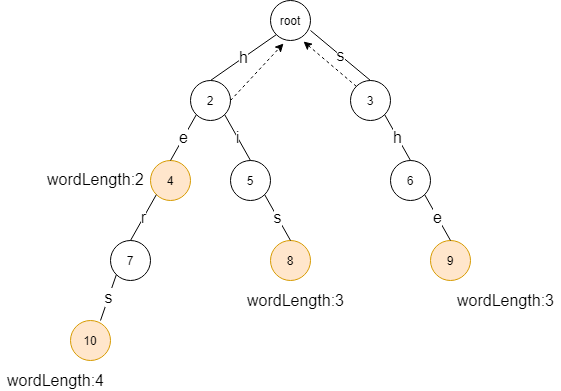
Earlier version of the draw.io export images/automation-5.png (guozhchun/guozhchun.github.io). Source tidied: cells renumbered, new cells last; positions are measured from the earlier drawing's top-left corner, leaving out a move shared by most shapes.
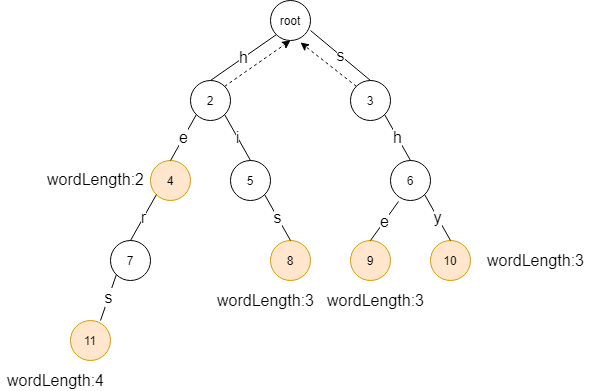
After the change.

The edit, as a diff of the source:
```diff
@@ -28,13 +28,13 @@
     <mxCell id="9" value="3" style="ellipse;whiteSpace=wrap;html=1;" parent="1" vertex="1">
       <mxGeometry x="350" y="80" width="40" height="40" as="geometry" />
     </mxCell>
-    <mxCell id="10" value="9" style="ellipse;whiteSpace=wrap;html=1;fillColor=#ffe6cc;strokeColor=#d79b00;" parent="1" vertex="1">
-      <mxGeometry x="430" y="240" width="40" height="40" as="geometry" />
+    <mxCell id="10" value="9" style="ellipse;whiteSpace=wrap;html=1;fillColor=#ffe6cc;strokeColor=#d79b00;direction=west;" parent="1" vertex="1">
+      <mxGeometry x="350" y="240" width="40" height="40" as="geometry" />
     </mxCell>
     <mxCell id="11" value="6" style="ellipse;whiteSpace=wrap;html=1;" parent="1" vertex="1">
       <mxGeometry x="390" y="160" width="40" height="40" as="geometry" />
     </mxCell>
-    <mxCell id="12" value="&lt;font size=&quot;3&quot;&gt;e&lt;/font&gt;" style="endArrow=none;html=1;exitX=0.5;exitY=0;exitDx=0;exitDy=0;entryX=1;entryY=1;entryDx=0;entryDy=0;" parent="1" edge="1" source="10" target="11">
+    <mxCell id="12" value="&lt;font size=&quot;3&quot;&gt;e&lt;/font&gt;" style="endArrow=none;html=1;exitX=0.5;exitY=1;exitDx=0;exitDy=0;entryX=0.2;entryY=1.025;entryDx=0;entryDy=0;entryPerimeter=0;" parent="1" edge="1" source="10" target="11">
       <mxGeometry relative="1" as="geometry" />
     </mxCell>
     <mxCell id="13" value="&lt;font size=&quot;3&quot;&gt;h&lt;/font&gt;" style="endArrow=none;html=1;entryX=1;entryY=1;entryDx=0;entryDy=0;exitX=0.5;exitY=0;exitDx=0;exitDy=0;" parent="1" edge="1" source="11" target="9">
@@ -51,7 +51,7 @@
     <mxCell id="16" value="&lt;font style=&quot;font-size: 16px&quot;&gt;r&lt;/font&gt;" style="endArrow=none;html=1;entryX=0;entryY=1;entryDx=0;entryDy=0;exitX=0.5;exitY=0;exitDx=0;exitDy=0;" parent="1" edge="1" source="15" target="5">
       <mxGeometry relative="1" as="geometry" />
     </mxCell>
-    <mxCell id="17" value="10" style="ellipse;whiteSpace=wrap;html=1;fillColor=#ffe6cc;strokeColor=#d79b00;" parent="1" vertex="1">
+    <mxCell id="17" value="11" style="ellipse;whiteSpace=wrap;html=1;fillColor=#ffe6cc;strokeColor=#d79b00;" parent="1" vertex="1">
       <mxGeometry x="70" y="320" width="40" height="40" as="geometry" />
     </mxCell>
     <mxCell id="18" value="&lt;font style=&quot;font-size: 16px&quot;&gt;s&lt;/font&gt;" style="endArrow=none;html=1;exitX=0.75;exitY=0;exitDx=0;exitDy=0;exitPerimeter=0;entryX=0;entryY=1;entryDx=0;entryDy=0;" parent="1" edge="1" source="17" target="15">
@@ -70,15 +70,24 @@
       <mxGeometry y="370" width="110" height="20" as="geometry" />
     </mxCell>
     <mxCell id="23" value="&lt;font style=&quot;font-size: 16px&quot;&gt;wordLength:3&lt;/font&gt;" style="text;html=1;align=center;verticalAlign=middle;" parent="1" vertex="1">
-      <mxGeometry x="240" y="290" width="110" height="20" as="geometry" />
+      <mxGeometry x="210" y="290" width="110" height="20" as="geometry" />
     </mxCell>
     <mxCell id="24" value="&lt;font style=&quot;font-size: 16px&quot;&gt;wordLength:3&lt;/font&gt;" style="text;html=1;align=center;verticalAlign=middle;" parent="1" vertex="1">
-      <mxGeometry x="450" y="290" width="110" height="20" as="geometry" />
+      <mxGeometry x="320" y="290" width="110" height="20" as="geometry" />
     </mxCell>
+    <mxCell id="27" value="10" style="ellipse;whiteSpace=wrap;html=1;fillColor=#ffe6cc;strokeColor=#d79b00;direction=west;" parent="1" vertex="1">
+      <mxGeometry x="430" y="240" width="40" height="40" as="geometry" />
+    </mxCell>
+    <mxCell id="28" value="&lt;font size=&quot;3&quot;&gt;y&lt;/font&gt;" style="endArrow=none;html=1;exitX=0.5;exitY=1;exitDx=0;exitDy=0;entryX=1;entryY=1;entryDx=0;entryDy=0;" parent="1" edge="1" source="27" target="11">
+      <mxGeometry relative="1" as="geometry" />
+    </mxCell>
+    <mxCell id="29" value="&lt;font style=&quot;font-size: 16px&quot;&gt;wordLength:3&lt;/font&gt;" style="text;html=1;align=center;verticalAlign=middle;" parent="1" vertex="1">
+      <mxGeometry x="480" y="250" width="110" height="20" as="geometry" />
+    </mxCell>
-    <mxCell id="25" style="endArrow=classic;html=1;exitX=1;exitY=0.5;exitDx=0;exitDy=0;entryX=0.325;entryY=1.075;entryDx=0;entryDy=0;entryPerimeter=0;dashed=1;" parent="1" edge="1" source="3" target="2">
+    <mxCell id="25" style="endArrow=classic;html=1;dashed=1;exitX=1;exitY=0;exitDx=0;exitDy=0;entryX=0.5;entryY=1;entryDx=0;entryDy=0;" parent="1" edge="1" source="3" target="2">
       <mxGeometry relative="1" as="geometry" />
     </mxCell>
-    <mxCell id="26" style="endArrow=classic;html=1;exitX=0;exitY=0;exitDx=0;exitDy=0;entryX=0.825;entryY=1.025;entryDx=0;entryDy=0;entryPerimeter=0;dashed=1;" parent="1" edge="1" source="9" target="2">
+    <mxCell id="26" style="endArrow=classic;html=1;dashed=1;exitX=0;exitY=0;exitDx=0;exitDy=0;entryX=0.75;entryY=1.05;entryDx=0;entryDy=0;entryPerimeter=0;" parent="1" edge="1" source="9" target="2">
       <mxGeometry relative="1" as="geometry" />
     </mxCell>
   </root>
```
